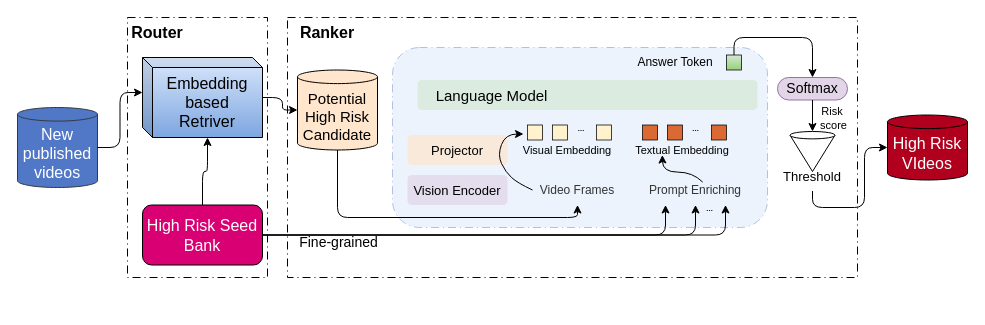
The draw.io diagram 本科项目/Filter-And-Refine论文架构.drawio in Heart-ttt/picture-table, before the edit. Source tidied: cells renumbered, new cells numbered last; positions are measured from the earlier drawing's top-left corner, leaving out a move shared by most shapes. Both pictures are drawn from the tidied source at 100%, with x=0, y=0 at pixel (17, 17).
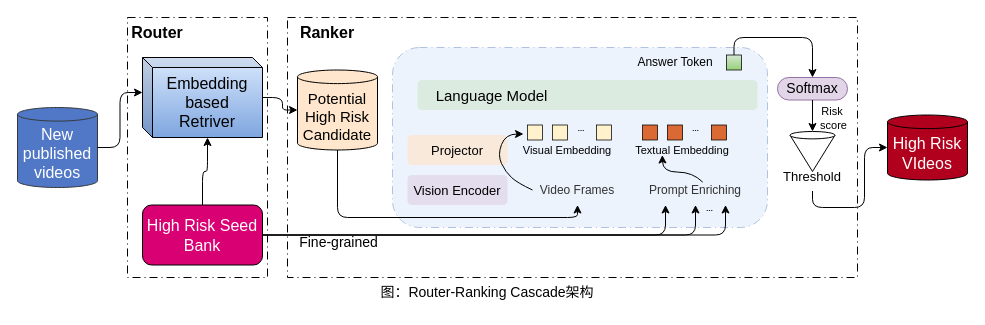
Above is the later version.

Commit message:
更新Filter-And-Refine论文架构.drawio

Change to the diagram source:
```diff
@@
+    <mxCell id="49" value="&lt;font style=&quot;font-size: 14px;&quot;&gt;图：Router-Ranking Cascade架构&lt;/font&gt;" style="text;html=1;whiteSpace=wrap;strokeColor=none;fillColor=none;align=center;verticalAlign=middle;rounded=0;" parent="1" vertex="1">
+      <mxGeometry x="360" y="260" width="220" height="30" as="geometry" />
+    </mxCell>
```
